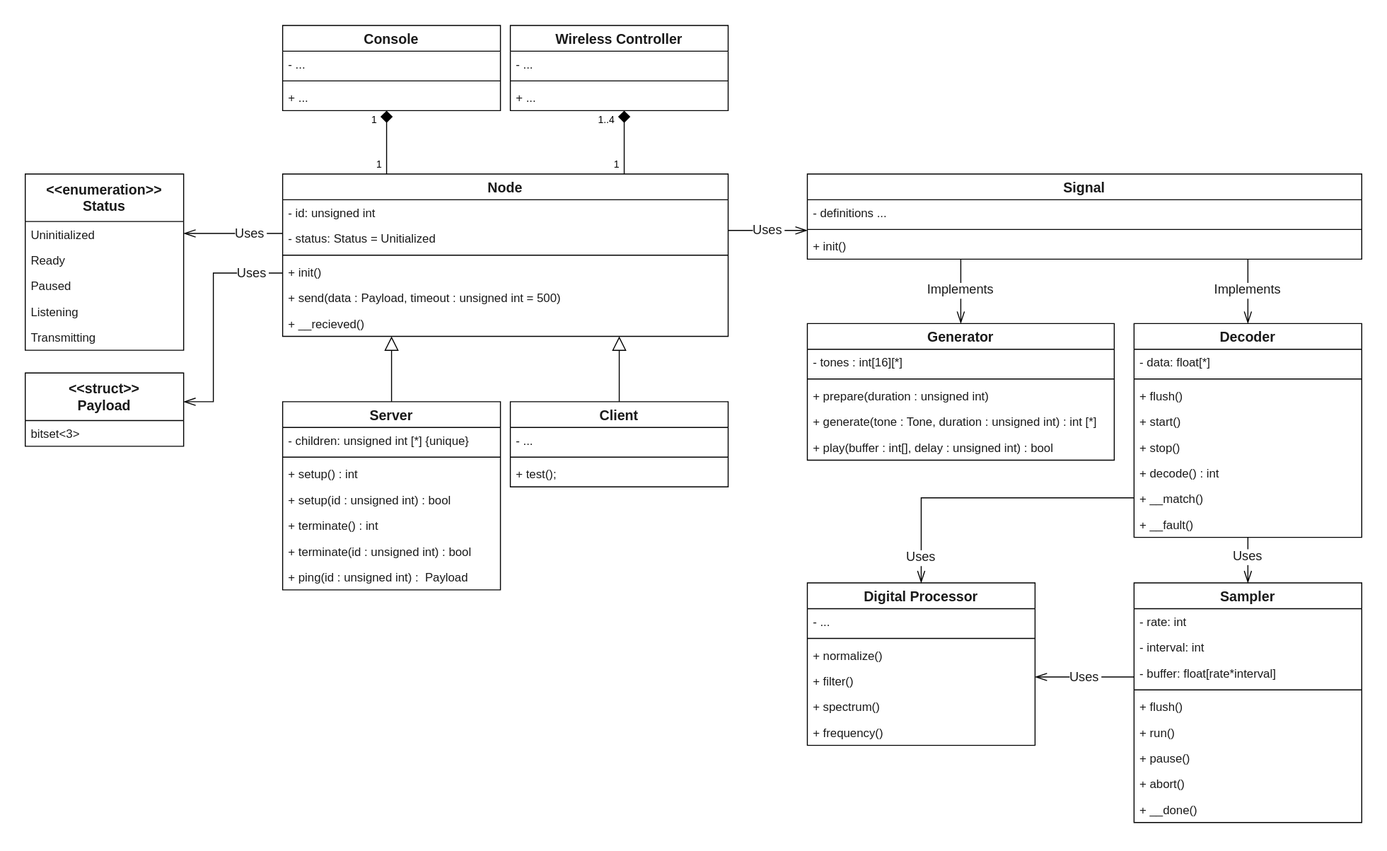
martinandrovich/dtmf-system keeps this draw.io diagram as assets/dtmf-system.svg. Above is the earlier version. Source tidied: cells renumbered, new cells last; positions are measured from the earlier drawing's top-left corner, leaving out a move shared by most shapes.
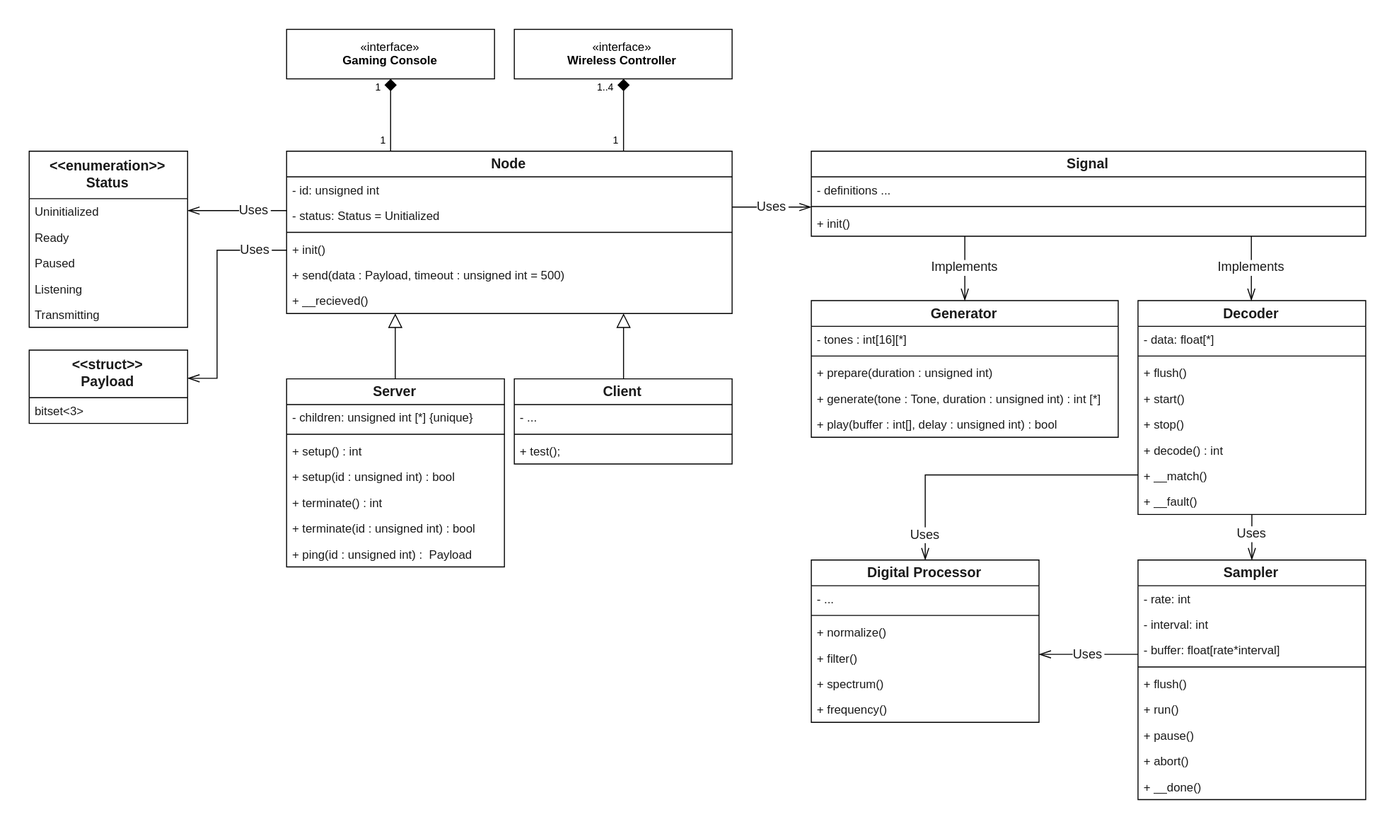
The same file after the commit.

Diff of the diagram source:
```diff
@@ -2,18 +2,6 @@
   <root>
     <mxCell id="0" />
     <mxCell id="1" parent="0" />
-    <mxCell id="2" value="Console&#10;" style="swimlane;fontStyle=1;align=center;verticalAlign=top;horizontal=1;startSize=26;swimlaneFillColor=#ffffff;rounded=0;shadow=0;glass=0;comic=0;labelBackgroundColor=none;strokeColor=#000000;fillColor=none;gradientColor=none;fontSize=14;fontColor=#1A1A1A;spacing=0;" parent="1" vertex="1">
-      <mxGeometry x="260" width="220" height="86" as="geometry" />
-    </mxCell>
-    <mxCell id="3" value="- ..." style="text;strokeColor=none;fillColor=none;align=left;verticalAlign=top;spacingLeft=4;spacingRight=4;overflow=hidden;fontColor=#1A1A1A;" parent="2" vertex="1">
-      <mxGeometry y="26" width="220" height="26" as="geometry" />
-    </mxCell>
-    <mxCell id="4" style="line;strokeWidth=1;fillColor=none;align=left;verticalAlign=middle;spacingTop=-1;spacingLeft=3;spacingRight=3;labelPosition=right;fontColor=#1A1A1A;" parent="2" vertex="1">
-      <mxGeometry y="52" width="220" height="8" as="geometry" />
-    </mxCell>
-    <mxCell id="5" value="+ ..." style="text;strokeColor=none;fillColor=none;align=left;verticalAlign=top;spacingLeft=4;spacingRight=4;overflow=hidden;fontColor=#1A1A1A;" parent="2" vertex="1">
-      <mxGeometry y="60" width="220" height="26" as="geometry" />
-    </mxCell>
     <mxCell id="6" value="Node&#10;" style="swimlane;fontStyle=1;align=center;verticalAlign=top;horizontal=1;startSize=26;swimlaneFillColor=#ffffff;rounded=0;shadow=0;glass=0;comic=0;labelBackgroundColor=none;strokeColor=#000000;fillColor=none;gradientColor=none;fontSize=14;fontColor=#1A1A1A;spacing=0;" parent="1" vertex="1">
       <mxGeometry x="260" y="150" width="450" height="164" as="geometry" />
     </mxCell>
@@ -127,11 +115,11 @@
         </Array>
       </mxGeometry>
     </mxCell>
-    <mxCell id="37" style="endArrow=none;html=1;endSize=10;startArrow=diamond;startSize=10;startFill=1;edgeStyle=orthogonalEdgeStyle;strokeColor=#000000;fontSize=13;fontColor=#1A1A1A;endFill=0;rounded=0;" parent="1" edge="1" source="2" target="6">
+    <mxCell id="37" style="endArrow=none;html=1;endSize=10;startArrow=diamond;startSize=10;startFill=1;edgeStyle=orthogonalEdgeStyle;strokeColor=#000000;fontSize=13;fontColor=#1A1A1A;endFill=0;rounded=0;" parent="1" edge="1" source="89" target="6">
       <mxGeometry relative="1" as="geometry">
         <Array as="points">
-          <mxPoint x="365" y="130" />
-          <mxPoint x="365" y="130" />
+          <mxPoint x="365" y="137" />
+          <mxPoint x="365" y="137" />
         </Array>
       </mxGeometry>
     </mxCell>
@@ -145,23 +133,11 @@
         <mxPoint x="-2.5" y="-2.5" as="offset" />
       </mxGeometry>
     </mxCell>
-    <mxCell id="40" value="Wireless Controller&#10;" style="swimlane;fontStyle=1;align=center;verticalAlign=top;horizontal=1;startSize=26;swimlaneFillColor=#ffffff;rounded=0;shadow=0;glass=0;comic=0;labelBackgroundColor=none;strokeColor=#000000;fillColor=none;gradientColor=none;fontSize=14;fontColor=#1A1A1A;spacing=0;" parent="1" vertex="1">
-      <mxGeometry x="490" width="220" height="86" as="geometry" />
-    </mxCell>
-    <mxCell id="41" value="- ..." style="text;strokeColor=none;fillColor=none;align=left;verticalAlign=top;spacingLeft=4;spacingRight=4;overflow=hidden;fontColor=#1A1A1A;" parent="40" vertex="1">
-      <mxGeometry y="26" width="220" height="26" as="geometry" />
-    </mxCell>
-    <mxCell id="42" style="line;strokeWidth=1;fillColor=none;align=left;verticalAlign=middle;spacingTop=-1;spacingLeft=3;spacingRight=3;labelPosition=right;fontColor=#1A1A1A;" parent="40" vertex="1">
-      <mxGeometry y="52" width="220" height="8" as="geometry" />
-    </mxCell>
-    <mxCell id="43" value="+ ..." style="text;strokeColor=none;fillColor=none;align=left;verticalAlign=top;spacingLeft=4;spacingRight=4;overflow=hidden;fontColor=#1A1A1A;" parent="40" vertex="1">
-      <mxGeometry y="60" width="220" height="26" as="geometry" />
-    </mxCell>
-    <mxCell id="44" style="endArrow=none;html=1;endSize=10;startArrow=diamond;startSize=10;startFill=1;edgeStyle=orthogonalEdgeStyle;strokeColor=#000000;fontSize=13;fontColor=#1A1A1A;endFill=0;rounded=0;" parent="1" edge="1" source="40" target="6">
+    <mxCell id="44" style="endArrow=none;html=1;endSize=10;startArrow=diamond;startSize=10;startFill=1;edgeStyle=orthogonalEdgeStyle;strokeColor=#000000;fontSize=13;fontColor=#1A1A1A;endFill=0;rounded=0;" parent="1" edge="1" source="90" target="6">
       <mxGeometry relative="1" as="geometry">
         <Array as="points">
-          <mxPoint x="605" y="130" />
-          <mxPoint x="605" y="130" />
+          <mxPoint x="600" y="127" />
+          <mxPoint x="600" y="127" />
         </Array>
       </mxGeometry>
     </mxCell>
@@ -330,5 +306,11 @@
         </Array>
       </mxGeometry>
     </mxCell>
+    <mxCell id="89" value="«interface»&lt;br&gt;&lt;b&gt;Gaming Console&lt;/b&gt;" style="html=1;glass=0;" parent="1" vertex="1">
+      <mxGeometry x="260" y="27" width="210" height="50" as="geometry" />
+    </mxCell>
+    <mxCell id="90" value="«interface»&lt;br&gt;&lt;b&gt;Wireless Controller&lt;/b&gt;" style="html=1;glass=0;" parent="1" vertex="1">
+      <mxGeometry x="490" y="27" width="220" height="50" as="geometry" />
+    </mxCell>
   </root>
 </mxGraphModel>
```
